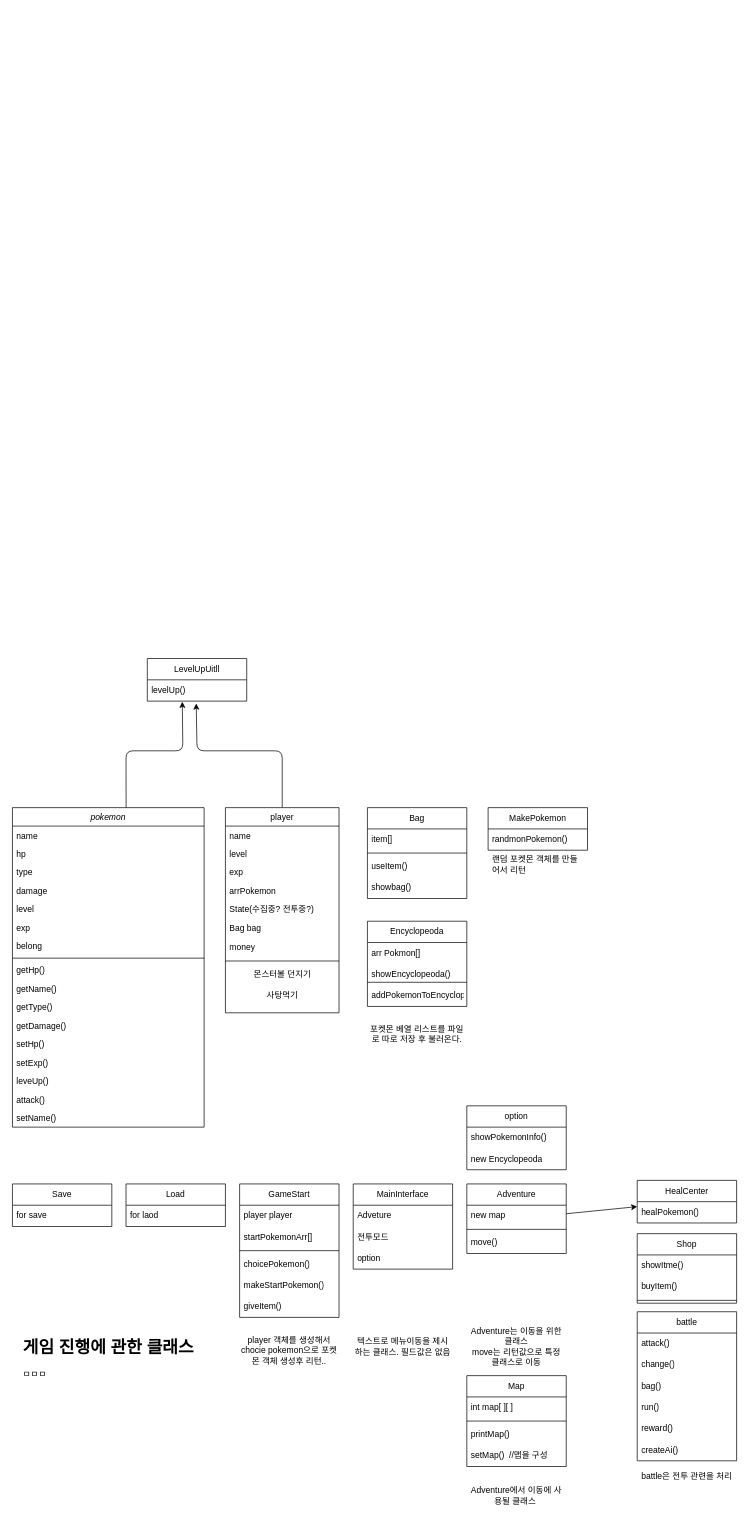
The draw.io diagram pokemon.drawio in heung115/java-project-pokemon, before the edit. Source tidied: cells renumbered, new cells numbered last; positions are measured from the earlier drawing's top-left corner, leaving out a move shared by most shapes. Both pictures are drawn from the tidied source at 71%, with x=0, y=0 at pixel (12, 658).
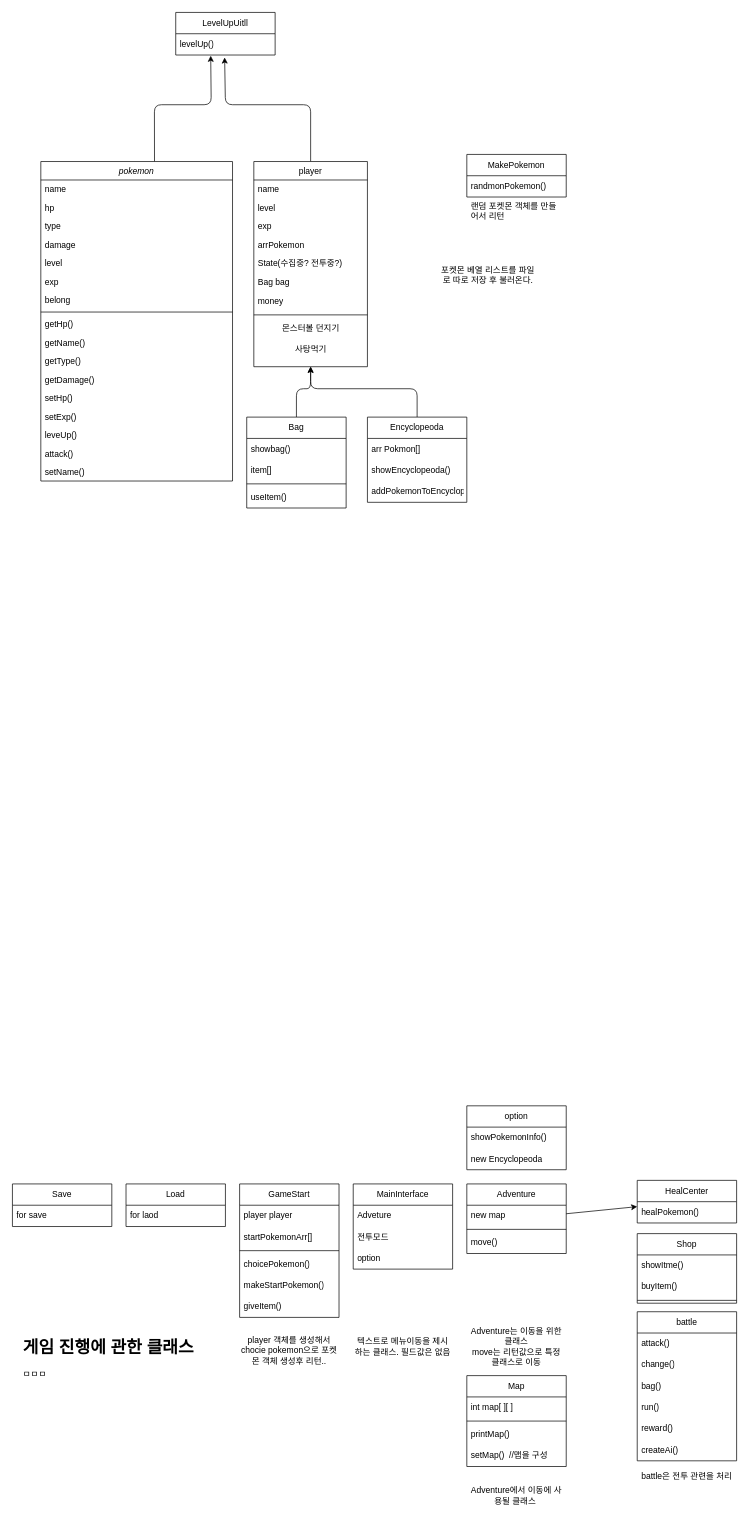
The same diagram, later.

Commit message:
dosc: add line

Unchanged cells that the change refers to:
```xml
<mxCell id="95" value="levelUp()" style="text;strokeColor=none;fillColor=none;align=left;verticalAlign=middle;spacingLeft=4;spacingRight=4;overflow=hidden;points=[[0,0.5],[1,0.5]];portConstraint=eastwest;whiteSpace=wrap;html=1;" parent="94" vertex="1">
  <mxGeometry y="30" width="140" height="30" as="geometry" />
</mxCell>
```

Change to the diagram source:
```diff
@@
     <mxCell id="2" style="edgeStyle=none;html=1;entryX=0.352;entryY=1.032;entryDx=0;entryDy=0;entryPerimeter=0;exitX=0.593;exitY=0;exitDx=0;exitDy=0;exitPerimeter=0;" parent="1" edge="1" source="3" target="95">
       <mxGeometry relative="1" as="geometry">
         <Array as="points">
-          <mxPoint x="160" y="130" />
-          <mxPoint x="240" y="130" />
+          <mxPoint x="200" y="-780" />
+          <mxPoint x="280" y="-780" />
         </Array>
       </mxGeometry>
     </mxCell>
     <mxCell id="3" value="pokemon" style="swimlane;fontStyle=2;align=center;verticalAlign=top;horizontal=1;startSize=26;rounded=0;shadow=0;strokeWidth=1;" parent="1" vertex="1">
-      <mxGeometry y="210" width="270" height="450" as="geometry" />
+      <mxGeometry x="40" y="-700" width="270" height="450" as="geometry" />
     </mxCell>
@@
     <mxCell id="21" style="edgeStyle=none;html=1;entryX=0.492;entryY=1.114;entryDx=0;entryDy=0;entryPerimeter=0;" parent="1" edge="1" source="22" target="95">
       <mxGeometry relative="1" as="geometry">
         <Array as="points">
-          <mxPoint x="380" y="130" />
-          <mxPoint x="260" y="130" />
+          <mxPoint x="420" y="-780" />
+          <mxPoint x="300" y="-780" />
         </Array>
       </mxGeometry>
     </mxCell>
     <mxCell id="22" value="player" style="swimlane;fontStyle=0;align=center;verticalAlign=top;horizontal=1;startSize=26;rounded=0;shadow=0;strokeWidth=1;" parent="1" vertex="1">
-      <mxGeometry x="300" y="210" width="160" height="289" as="geometry" />
+      <mxGeometry x="340" y="-700" width="160" height="289" as="geometry" />
     </mxCell>
@@
+    <mxCell id="96" style="edgeStyle=none;html=1;entryX=0.5;entryY=1;entryDx=0;entryDy=0;" parent="1" edge="1" source="67" target="22">
+      <mxGeometry relative="1" as="geometry">
+        <Array as="points">
+          <mxPoint x="400" y="-380" />
+          <mxPoint x="420" y="-380" />
+        </Array>
+      </mxGeometry>
+    </mxCell>
     <mxCell id="67" value="Bag" style="swimlane;fontStyle=0;horizontal=1;startSize=30;whiteSpace=wrap;html=1;" parent="1" vertex="1">
-      <mxGeometry x="500" y="210" width="140" height="128" as="geometry" />
+      <mxGeometry x="330" y="-340" width="140" height="128" as="geometry" />
     </mxCell>
+    <mxCell id="71" value="showbag()" style="text;strokeColor=none;fillColor=none;align=left;verticalAlign=middle;spacingLeft=4;spacingRight=4;overflow=hidden;whiteSpace=wrap;html=1;" parent="67" vertex="1">
+      <mxGeometry y="30" width="140" height="30" as="geometry" />
+    </mxCell>
     <mxCell id="68" value="item[]" style="text;strokeColor=none;fillColor=none;align=left;verticalAlign=middle;spacingLeft=4;spacingRight=4;overflow=hidden;whiteSpace=wrap;html=1;" parent="67" vertex="1">
-      <mxGeometry y="30" width="140" height="30" as="geometry" />
+      <mxGeometry y="60" width="140" height="30" as="geometry" />
     </mxCell>
     <mxCell id="69" style="line;html=1;strokeWidth=1;align=left;verticalAlign=middle;spacingTop=-1;spacingLeft=3;spacingRight=3;labelPosition=right;" parent="67" vertex="1">
-      <mxGeometry y="60" width="140" height="8" as="geometry" />
+      <mxGeometry y="90" width="140" height="8" as="geometry" />
     </mxCell>
     <mxCell id="70" value="useItem()" style="text;strokeColor=none;fillColor=none;align=left;verticalAlign=middle;spacingLeft=4;spacingRight=4;overflow=hidden;whiteSpace=wrap;html=1;" parent="67" vertex="1">
-      <mxGeometry y="68" width="140" height="30" as="geometry" />
+      <mxGeometry y="98" width="140" height="30" as="geometry" />
     </mxCell>
-    <mxCell id="71" value="showbag()" style="text;strokeColor=none;fillColor=none;align=left;verticalAlign=middle;spacingLeft=4;spacingRight=4;overflow=hidden;whiteSpace=wrap;html=1;" parent="67" vertex="1">
-      <mxGeometry y="98" width="140" height="30" as="geometry" />
-    </mxCell>
+    <mxCell id="97" style="edgeStyle=none;html=1;entryX=0.5;entryY=1;entryDx=0;entryDy=0;exitX=0.5;exitY=0;exitDx=0;exitDy=0;" parent="1" edge="1" source="72" target="22">
+      <mxGeometry relative="1" as="geometry">
+        <Array as="points">
+          <mxPoint x="570" y="-380" />
+          <mxPoint x="420" y="-380" />
+        </Array>
+      </mxGeometry>
+    </mxCell>
     <mxCell id="72" value="Encyclopeoda&lt;br&gt;" style="swimlane;fontStyle=0;horizontal=1;startSize=30;whiteSpace=wrap;html=1;" parent="1" vertex="1">
-      <mxGeometry x="500" y="370" width="140" height="120" as="geometry" />
+      <mxGeometry x="500" y="-340" width="140" height="120" as="geometry" />
     </mxCell>
@@
-    <mxCell id="89" style="line;html=1;strokeWidth=1;align=left;verticalAlign=middle;spacingTop=-1;spacingLeft=3;spacingRight=3;labelPosition=right;" parent="1" vertex="1">
-      <mxGeometry x="500" y="452" width="140" height="8" as="geometry" />
-    </mxCell>
     <mxCell id="90" value="포켓몬 베열 리스트를 파일로 따로 저장 후 불러온다." style="text;html=1;strokeColor=none;fillColor=none;align=center;verticalAlign=middle;whiteSpace=wrap;rounded=0;" parent="1" vertex="1">
-      <mxGeometry x="500" y="499" width="140" height="60" as="geometry" />
+      <mxGeometry x="600" y="-570" width="140" height="60" as="geometry" />
     </mxCell>
     <mxCell id="91" value="MakePokemon" style="swimlane;fontStyle=0;horizontal=1;startSize=30;whiteSpace=wrap;html=1;" parent="1" vertex="1">
-      <mxGeometry x="670" y="210" width="140" height="60" as="geometry" />
+      <mxGeometry x="640" y="-710" width="140" height="60" as="geometry" />
     </mxCell>
@@
     <mxCell id="93" value="랜덤 포켓몬 객체를 만들어서 리턴" style="text;strokeColor=none;fillColor=none;align=left;verticalAlign=middle;spacingLeft=4;spacingRight=4;overflow=hidden;whiteSpace=wrap;html=1;" parent="1" vertex="1">
-      <mxGeometry x="670" y="270" width="140" height="40" as="geometry" />
+      <mxGeometry x="640" y="-650" width="140" height="40" as="geometry" />
     </mxCell>
     <mxCell id="94" value="LevelUpUitll" style="swimlane;fontStyle=0;horizontal=1;startSize=30;whiteSpace=wrap;html=1;" parent="1" vertex="1">
-      <mxGeometry x="190" width="140" height="60" as="geometry" />
+      <mxGeometry x="230" y="-910" width="140" height="60" as="geometry" />
     </mxCell>
```
